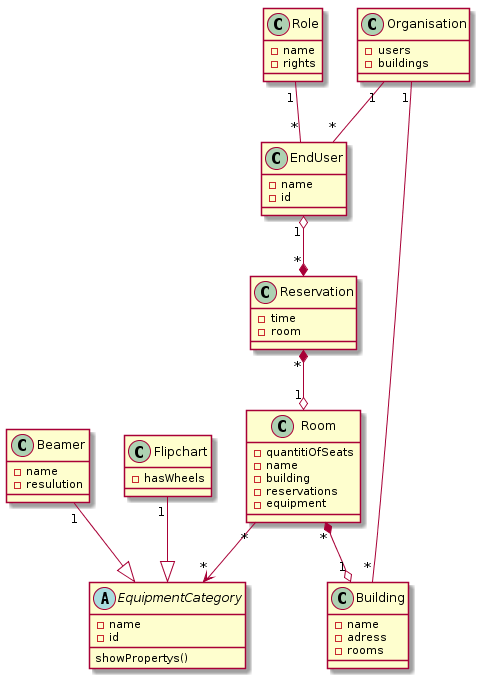
Above: doc/uml/ClassDiagram.png in BFH-SoED-due1/white (PlantUML), before the change.
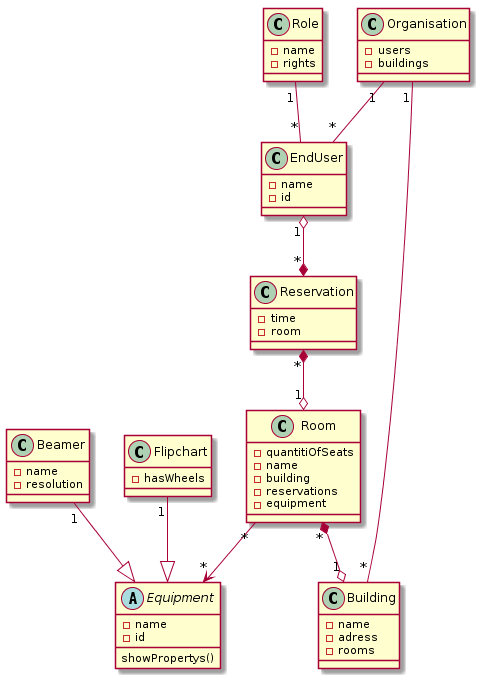
The same file after the commit.

Commit message:
chanched EquipmentCategory to Equipment typo

The edit, as a diff of the source:
```diff
@@ -4,14 +4,14 @@
 	-buildings
 }
 
-Abstract Class EquipmentCategory{
+Abstract Class Equipment{
 	-name
 	-id
 	showPropertys()
 }
 Class Beamer{
 	-name
-	-resulution
+	-resolution
 }
 
 Class Flipchart{
@@ -48,9 +48,9 @@
 EndUser"1" o--* "*" Reservation
 Reservation "*" *--o "1" Room
 Room "*" *--o "1" Building
-Room "*" --> "*" EquipmentCategory
-Beamer "1" --|> EquipmentCategory
-Flipchart "1" --|> EquipmentCategory
+Room "*" --> "*" Equipment
+Beamer "1" --|> Equipment
+Flipchart "1" --|> Equipment
 Organisation  "1" -- "*" EndUser
 Organisation  "1" -- "*" Building
 
```
